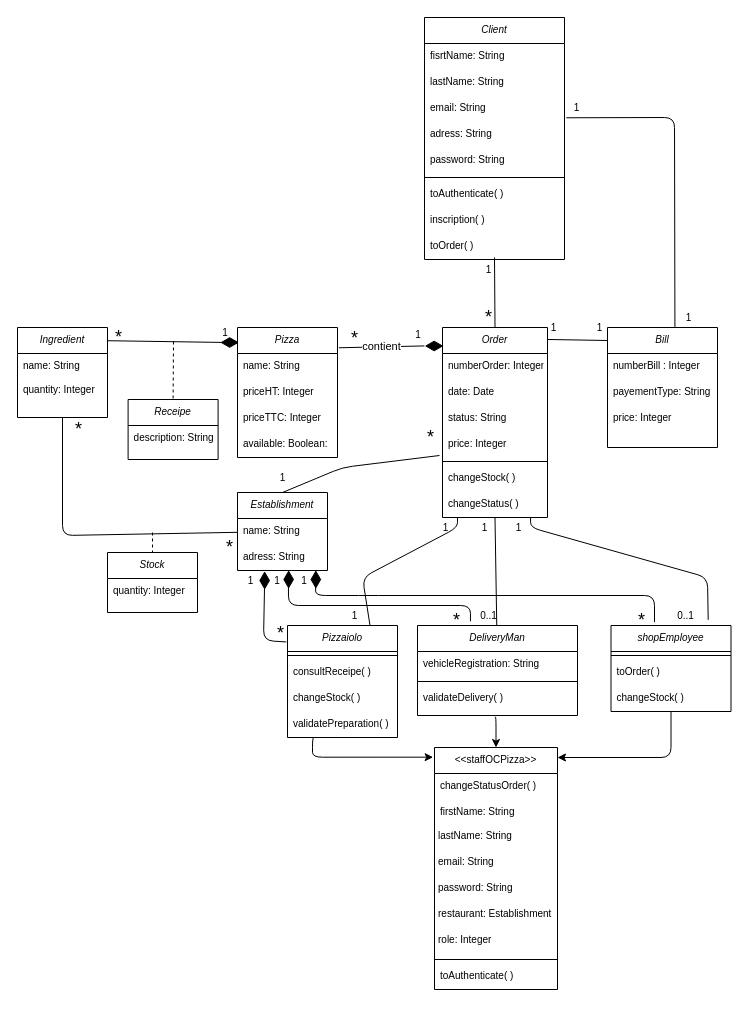
Earlier version of the draw.io diagram Untitled Diagram.drawio (MadameZ/P7_Concevez-la-solution-technique-d-un-syst-me-de-gestion-de-pizzeria). Source tidied: cells renumbered, new cells numbered last; positions are measured from the earlier drawing's top-left corner, leaving out a move shared by most shapes. Both pictures are drawn from the tidied source at 100%, with x=0, y=0 at pixel (17, 17).
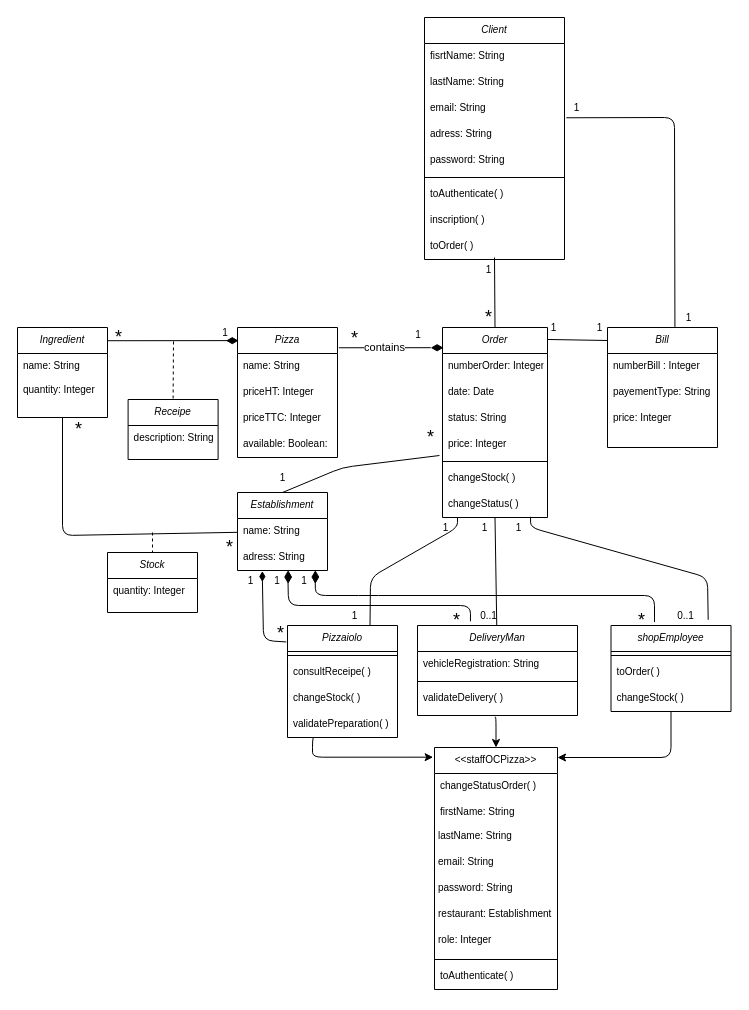
The same diagram, later.

Unchanged cells that the change refers to:
```xml
<mxCell id="71" value="Pizza" style="swimlane;fontStyle=2;align=center;verticalAlign=top;horizontal=1;startSize=26;rounded=0;shadow=0;strokeWidth=1;fontSize=10;" parent="1" vertex="1">
  <mxGeometry x="220" y="310" width="100" height="130" as="geometry" />
</mxCell>
<mxCell id="89" value="Pizzaiolo" style="swimlane;fontStyle=2;align=center;verticalAlign=top;horizontal=1;startSize=26;rounded=0;shadow=0;strokeWidth=1;fontSize=10;" parent="1" vertex="1">
  <mxGeometry x="270" y="608" width="110" height="112" as="geometry" />
</mxCell>
```

Diff of the diagram source:
```diff
@@
-    <mxCell id="5" value="contient" style="endArrow=none;html=1;exitX=1.014;exitY=0.156;exitDx=0;exitDy=0;exitPerimeter=0;entryX=1.084;entryY=0.507;entryDx=0;entryDy=0;entryPerimeter=0;" parent="1" edge="1" source="71" target="76">
+    <mxCell id="5" value="contains" style="endArrow=none;html=1;exitX=1.014;exitY=0.156;exitDx=0;exitDy=0;exitPerimeter=0;entryX=1.084;entryY=0.507;entryDx=0;entryDy=0;entryPerimeter=0;" parent="1" edge="1" source="71" target="76">
       <mxGeometry relative="1" as="geometry" />
     </mxCell>
@@
     <mxCell id="12" style="endArrow=none;html=1;strokeColor=#000000;fontSize=10;exitX=0.75;exitY=0;exitDx=0;exitDy=0;" parent="1" edge="1" source="89">
       <mxGeometry relative="1" as="geometry">
         <mxPoint x="440" y="500" as="targetPoint" />
         <Array as="points">
-          <mxPoint x="345" y="560" />
+          <mxPoint x="353" y="560" />
           <mxPoint x="440" y="510" />
         </Array>
       </mxGeometry>
     </mxCell>
@@
     <mxCell id="51" style="html=1;whiteSpace=wrap;shape=isoRectangle;strokeWidth=1;fontSize=10;rotation=90;fillColor=#000000;" parent="1" vertex="1">
-      <mxGeometry x="238.8" y="558" width="16.7" height="10" as="geometry" />
+      <mxGeometry x="240.4" y="556.4" width="8.9" height="5.3" as="geometry" />
     </mxCell>
     <mxCell id="52" style="html=1;whiteSpace=wrap;shape=isoRectangle;strokeWidth=1;fontSize=10;rotation=90;fillColor=#000000;" parent="1" vertex="1">
-      <mxGeometry x="262.8" y="557" width="16.7" height="10" as="geometry" />
+      <mxGeometry x="264.8" y="556" width="11.7" height="7" as="geometry" />
     </mxCell>
     <mxCell id="53" style="html=1;whiteSpace=wrap;shape=isoRectangle;strokeWidth=1;fontSize=10;rotation=90;fillColor=#000000;" parent="1" vertex="1">
-      <mxGeometry x="290" y="557" width="16.7" height="10" as="geometry" />
+      <mxGeometry x="292" y="556" width="11.7" height="7" as="geometry" />
     </mxCell>
@@
     <mxCell id="76" style="html=1;whiteSpace=wrap;shape=isoRectangle;strokeWidth=1;fontSize=10;rotation=-180;fillColor=#000000;" parent="1" vertex="1">
-      <mxGeometry x="408.3" y="323.5" width="16.7" height="10" as="geometry" />
+      <mxGeometry x="414.2" y="327" width="10.8" height="6.5" as="geometry" />
     </mxCell>
     <mxCell id="77" style="html=1;whiteSpace=wrap;shape=isoRectangle;strokeWidth=1;fontSize=10;rotation=-180;fillColor=#000000;" parent="1" vertex="1">
-      <mxGeometry x="203.8" y="320" width="16.7" height="10" as="geometry" />
+      <mxGeometry x="209.5" y="320" width="10.5" height="6.3" as="geometry" />
     </mxCell>
```
